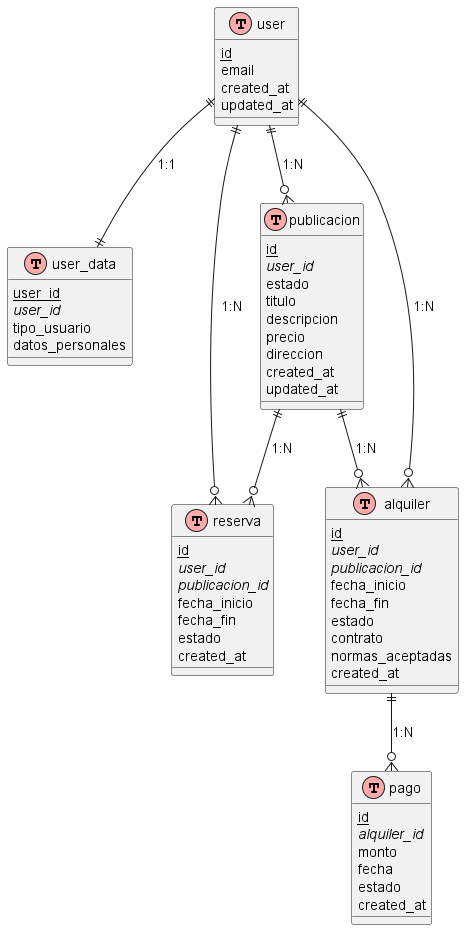
Before: src/diagrams/entidad_relacion.png, a diagram exported from PlantUML (FacuDemarchi/residencias).
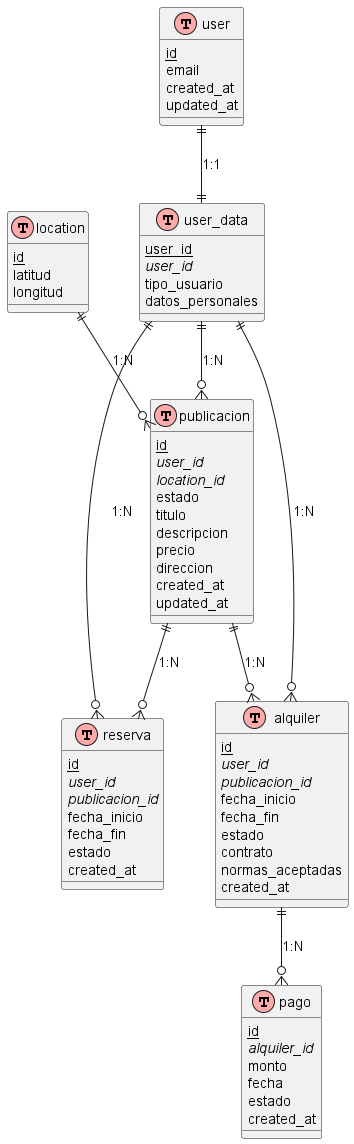
The same diagram one commit later.

What changed in the source:
```diff
@@ -18,9 +18,16 @@
   datos_personales
 }
 
+table(location) {
+  primary_key(id)
+  latitud
+  longitud
+}
+
 table(publicacion) {
   primary_key(id)
   foreign_key(user_id)
+  foreign_key(location_id)
   estado
   titulo
   descripcion
@@ -62,11 +69,12 @@
 }
 
 user ||--|| user_data : "1:1"
-user ||--o{ publicacion : "1:N"
-user ||--o{ reserva : "1:N"
-user ||--o{ alquiler : "1:N"
+user_data ||--o{ publicacion : "1:N"
+user_data ||--o{ reserva : "1:N"
+user_data ||--o{ alquiler : "1:N"
 publicacion ||--o{ reserva : "1:N"
 publicacion ||--o{ alquiler : "1:N"
 alquiler ||--o{ pago : "1:N"
+location ||--o{ publicacion : "1:N"
 
 @enduml
```
